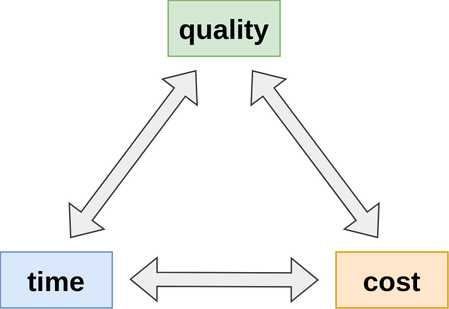
The draw.io diagram lectures/figures/quality_time_cost.drawio.svg in pintergreg/software-engineering, before a commit. Source tidied: cells renumbered, new cells last; positions are measured from the earlier drawing's top-left corner, leaving out a move shared by most shapes. Source of this version:
```xml
<mxGraphModel>
  <root>
    <mxCell id="0" />
    <mxCell id="1" parent="0" />
    <mxCell id="2" value="&lt;font size=&quot;1&quot;&gt;&lt;b style=&quot;font-size: 20px;&quot;&gt;quality&lt;/b&gt;&lt;/font&gt;" style="text;html=1;align=center;verticalAlign=middle;whiteSpace=wrap;rounded=0;fillColor=#d5e8d4;strokeColor=#82b366;" parent="1" vertex="1">
      <mxGeometry x="120" width="80" height="40" as="geometry" />
    </mxCell>
    <mxCell id="3" value="&lt;b&gt;&lt;font style=&quot;font-size: 20px;&quot;&gt;time&lt;/font&gt;&lt;/b&gt;" style="text;html=1;align=center;verticalAlign=middle;whiteSpace=wrap;rounded=0;fillColor=#dae8fc;strokeColor=#6c8ebf;" parent="1" vertex="1">
      <mxGeometry y="180" width="80" height="40" as="geometry" />
    </mxCell>
    <mxCell id="4" value="&lt;b&gt;&lt;font style=&quot;font-size: 20px;&quot;&gt;cost&lt;/font&gt;&lt;/b&gt;" style="text;html=1;align=center;verticalAlign=middle;whiteSpace=wrap;rounded=0;fillColor=#ffe6cc;strokeColor=#d79b00;" parent="1" vertex="1">
      <mxGeometry x="240" y="180" width="80" height="40" as="geometry" />
    </mxCell>
    <mxCell id="5" style="shape=flexArrow;endArrow=classic;startArrow=classic;html=1;rounded=0;fillColor=#eeeeee;strokeColor=#36393d;" parent="1" edge="1">
      <mxGeometry relative="1" as="geometry">
        <mxPoint x="50" y="170" as="sourcePoint" />
        <mxPoint x="140" y="50" as="targetPoint" />
      </mxGeometry>
    </mxCell>
    <mxCell id="6" style="shape=flexArrow;endArrow=classic;startArrow=classic;html=1;rounded=0;fillColor=#eeeeee;strokeColor=#36393d;" parent="1" edge="1">
      <mxGeometry relative="1" as="geometry">
        <mxPoint x="270" y="170" as="sourcePoint" />
        <mxPoint x="180" y="50" as="targetPoint" />
      </mxGeometry>
    </mxCell>
    <mxCell id="7" style="shape=flexArrow;endArrow=classic;startArrow=classic;html=1;rounded=0;fillColor=#eeeeee;strokeColor=#36393d;" parent="1" edge="1">
      <mxGeometry relative="1" as="geometry">
        <mxPoint x="92.5" y="199.5" as="sourcePoint" />
        <mxPoint x="227.5" y="200" as="targetPoint" />
      </mxGeometry>
    </mxCell>
  </root>
</mxGraphModel>
```
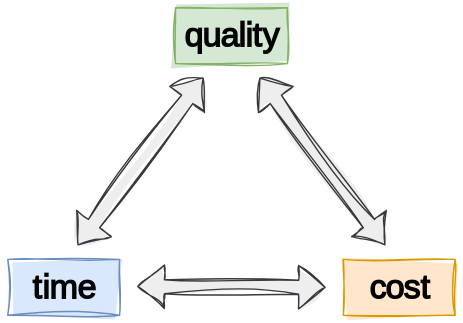
After the change.

Commit message:
Use drawn style GH-47

What changed in the source:
```diff
@@ -2,32 +2,32 @@
   <root>
     <mxCell id="0" />
     <mxCell id="1" parent="0" />
-    <mxCell id="2" value="&lt;font size=&quot;1&quot;&gt;&lt;b style=&quot;font-size: 20px;&quot;&gt;quality&lt;/b&gt;&lt;/font&gt;" style="text;html=1;align=center;verticalAlign=middle;whiteSpace=wrap;rounded=0;fillColor=#d5e8d4;strokeColor=#82b366;" parent="1" vertex="1">
+    <mxCell id="2" value="&lt;font&gt;&lt;b&gt;quality&lt;/b&gt;&lt;/font&gt;" style="text;html=1;align=center;verticalAlign=middle;whiteSpace=wrap;rounded=0;fillColor=#d5e8d4;strokeColor=#82b366;fillStyle=solid;sketch=1;curveFitting=1;jiggle=2;fontFamily=Delicious Handrawn;fontSource=https%3A%2F%2Ffonts.googleapis.com%2Fcss%3Ffamily%3DDelicious%2BHandrawn;fontSize=24;" parent="1" vertex="1">
       <mxGeometry x="120" width="80" height="40" as="geometry" />
     </mxCell>
-    <mxCell id="3" value="&lt;b&gt;&lt;font style=&quot;font-size: 20px;&quot;&gt;time&lt;/font&gt;&lt;/b&gt;" style="text;html=1;align=center;verticalAlign=middle;whiteSpace=wrap;rounded=0;fillColor=#dae8fc;strokeColor=#6c8ebf;" parent="1" vertex="1">
+    <mxCell id="3" value="&lt;b&gt;&lt;font&gt;time&lt;/font&gt;&lt;/b&gt;" style="text;html=1;align=center;verticalAlign=middle;whiteSpace=wrap;rounded=0;fillColor=#dae8fc;strokeColor=#6c8ebf;fillStyle=solid;sketch=1;curveFitting=1;jiggle=2;fontFamily=Delicious Handrawn;fontSource=https%3A%2F%2Ffonts.googleapis.com%2Fcss%3Ffamily%3DDelicious%2BHandrawn;fontSize=24;" parent="1" vertex="1">
       <mxGeometry y="180" width="80" height="40" as="geometry" />
     </mxCell>
-    <mxCell id="4" value="&lt;b&gt;&lt;font style=&quot;font-size: 20px;&quot;&gt;cost&lt;/font&gt;&lt;/b&gt;" style="text;html=1;align=center;verticalAlign=middle;whiteSpace=wrap;rounded=0;fillColor=#ffe6cc;strokeColor=#d79b00;" parent="1" vertex="1">
+    <mxCell id="4" value="&lt;b&gt;&lt;font&gt;cost&lt;/font&gt;&lt;/b&gt;" style="text;html=1;align=center;verticalAlign=middle;whiteSpace=wrap;rounded=0;fillColor=#ffe6cc;strokeColor=#d79b00;fillStyle=solid;sketch=1;curveFitting=1;jiggle=2;fontFamily=Delicious Handrawn;fontSource=https%3A%2F%2Ffonts.googleapis.com%2Fcss%3Ffamily%3DDelicious%2BHandrawn;fontSize=24;" parent="1" vertex="1">
       <mxGeometry x="240" y="180" width="80" height="40" as="geometry" />
     </mxCell>
-    <mxCell id="5" style="shape=flexArrow;endArrow=classic;startArrow=classic;html=1;rounded=0;fillColor=#eeeeee;strokeColor=#36393d;" parent="1" edge="1">
-      <mxGeometry relative="1" as="geometry">
-        <mxPoint x="50" y="170" as="sourcePoint" />
-        <mxPoint x="140" y="50" as="targetPoint" />
-      </mxGeometry>
-    </mxCell>
-    <mxCell id="6" style="shape=flexArrow;endArrow=classic;startArrow=classic;html=1;rounded=0;fillColor=#eeeeee;strokeColor=#36393d;" parent="1" edge="1">
-      <mxGeometry relative="1" as="geometry">
-        <mxPoint x="270" y="170" as="sourcePoint" />
-        <mxPoint x="180" y="50" as="targetPoint" />
-      </mxGeometry>
-    </mxCell>
-    <mxCell id="7" style="shape=flexArrow;endArrow=classic;startArrow=classic;html=1;rounded=0;fillColor=#eeeeee;strokeColor=#36393d;" parent="1" edge="1">
-      <mxGeometry relative="1" as="geometry">
-        <mxPoint x="92.5" y="199.5" as="sourcePoint" />
-        <mxPoint x="227.5" y="200" as="targetPoint" />
-      </mxGeometry>
-    </mxCell>
+    <mxCell id="8" style="shape=flexArrow;endArrow=classic;startArrow=classic;html=1;rounded=0;fillColor=#eeeeee;strokeColor=#36393d;sketch=1;curveFitting=1;jiggle=2;fillStyle=solid;" parent="1" edge="1">
+      <mxGeometry relative="1" as="geometry">
+        <mxPoint x="50" y="170" as="sourcePoint" />
+        <mxPoint x="140" y="50" as="targetPoint" />
+      </mxGeometry>
+    </mxCell>
+    <mxCell id="9" style="shape=flexArrow;endArrow=classic;startArrow=classic;html=1;rounded=0;fillColor=#eeeeee;strokeColor=#36393d;sketch=1;curveFitting=1;jiggle=2;fillStyle=solid;" parent="1" edge="1">
+      <mxGeometry relative="1" as="geometry">
+        <mxPoint x="270" y="170" as="sourcePoint" />
+        <mxPoint x="180" y="50" as="targetPoint" />
+      </mxGeometry>
+    </mxCell>
+    <mxCell id="10" style="shape=flexArrow;endArrow=classic;startArrow=classic;html=1;rounded=0;fillColor=#eeeeee;strokeColor=#36393d;sketch=1;curveFitting=1;jiggle=2;fillStyle=solid;" parent="1" edge="1">
+      <mxGeometry relative="1" as="geometry">
+        <mxPoint x="92.5" y="199.5" as="sourcePoint" />
+        <mxPoint x="227.5" y="200" as="targetPoint" />
+      </mxGeometry>
+    </mxCell>
   </root>
 </mxGraphModel>
```
